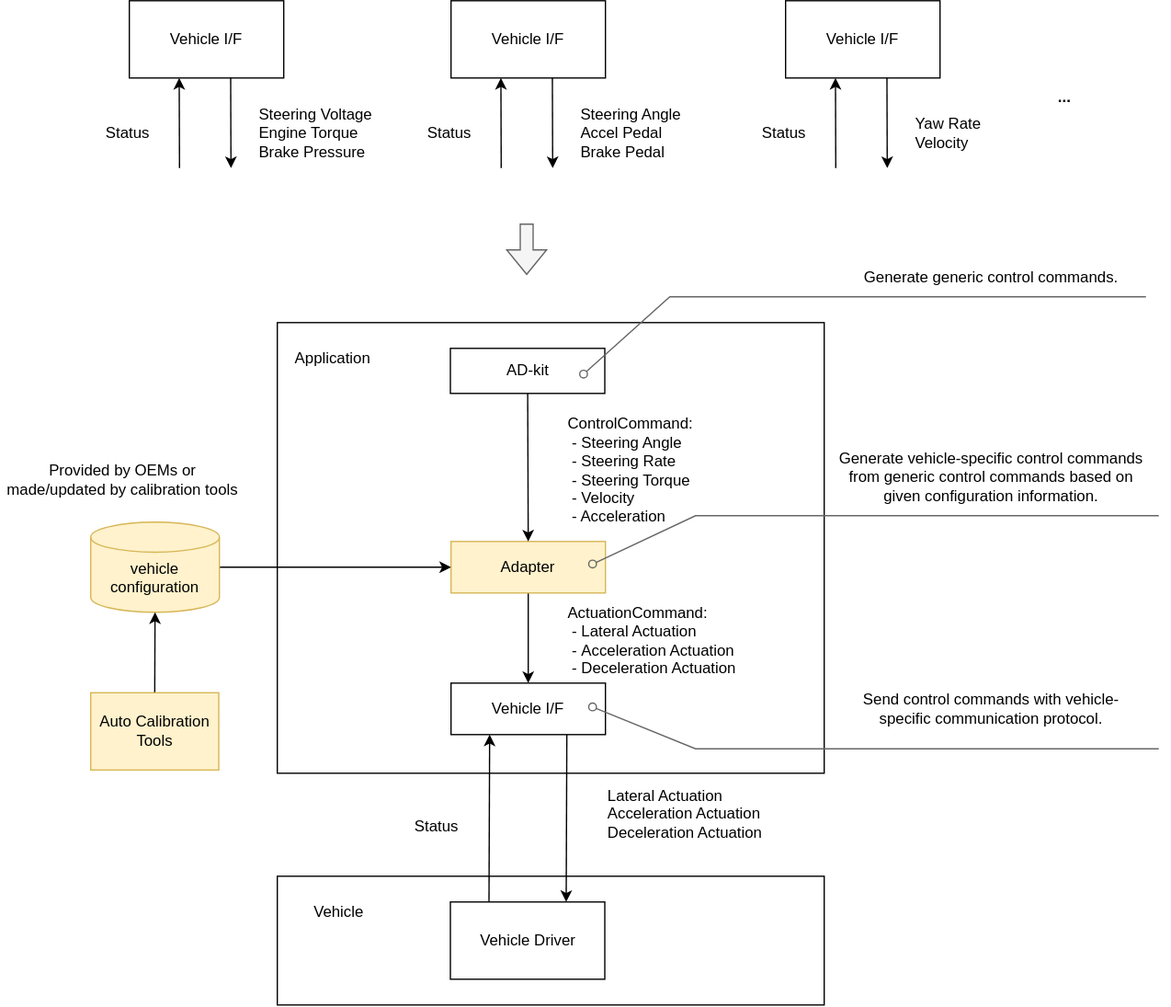
autowarefoundation/autoware-documentation keeps this draw.io diagram as docs/design/autoware-architecture/control/image/vehicle-interface-hw-abstraction.drawio.svg. Above is the earlier version. Source tidied: cells renumbered, new cells last; positions are measured from the earlier drawing's top-left corner, leaving out a move shared by most shapes. Source of this version:
```xml
<mxGraphModel>
  <root>
    <mxCell id="0" />
    <mxCell id="1" parent="0" />
    <mxCell id="2" value="&lt;br&gt;&lt;span style=&quot;white-space: pre;&quot;&gt;&#9;&lt;/span&gt;Vehicle" style="rounded=0;whiteSpace=wrap;html=1;align=left;verticalAlign=top;" parent="1" vertex="1">
      <mxGeometry x="215" y="680" width="425" height="100" as="geometry" />
    </mxCell>
    <mxCell id="3" value="&lt;br&gt;　Application" style="rounded=0;whiteSpace=wrap;html=1;align=left;verticalAlign=top;" parent="1" vertex="1">
      <mxGeometry x="215" y="250" width="425" height="350" as="geometry" />
    </mxCell>
    <mxCell id="4" style="endArrow=none;html=1;rounded=0;endFill=0;startArrow=classic;startFill=1;entryX=0.25;entryY=0;entryDx=0;entryDy=0;exitX=0.25;exitY=1;exitDx=0;exitDy=0;" parent="1" edge="1" source="25" target="27">
      <mxGeometry relative="1" as="geometry" />
    </mxCell>
    <mxCell id="5" value="Status" style="text;html=1;strokeColor=none;fillColor=none;align=left;verticalAlign=middle;whiteSpace=wrap;rounded=0;" parent="1" vertex="1">
      <mxGeometry x="320" y="610" width="50" height="65" as="geometry" />
    </mxCell>
    <mxCell id="6" value="Vehicle I/F" style="rounded=0;whiteSpace=wrap;html=1;" parent="1" vertex="1">
      <mxGeometry x="100" width="120" height="60" as="geometry" />
    </mxCell>
    <mxCell id="7" style="endArrow=classic;html=1;rounded=0;" parent="1" edge="1">
      <mxGeometry relative="1" as="geometry">
        <mxPoint x="178.8" y="60" as="sourcePoint" />
        <mxPoint x="179" y="130" as="targetPoint" />
      </mxGeometry>
    </mxCell>
    <mxCell id="8" value="Steering Voltage&lt;br&gt;Engine Torque&lt;br&gt;Brake Pressure" style="text;html=1;strokeColor=none;fillColor=none;align=left;verticalAlign=middle;whiteSpace=wrap;rounded=0;" parent="1" vertex="1">
      <mxGeometry x="199" y="70" width="101" height="65" as="geometry" />
    </mxCell>
    <mxCell id="9" style="endArrow=none;html=1;rounded=0;endFill=0;startArrow=classic;startFill=1;" parent="1" edge="1">
      <mxGeometry relative="1" as="geometry">
        <mxPoint x="138.8" y="60" as="sourcePoint" />
        <mxPoint x="139" y="130" as="targetPoint" />
      </mxGeometry>
    </mxCell>
    <mxCell id="10" value="Status" style="text;html=1;strokeColor=none;fillColor=none;align=left;verticalAlign=middle;whiteSpace=wrap;rounded=0;" parent="1" vertex="1">
      <mxGeometry x="80" y="70" width="50" height="65" as="geometry" />
    </mxCell>
    <mxCell id="11" value="Vehicle I/F" style="rounded=0;whiteSpace=wrap;html=1;" parent="1" vertex="1">
      <mxGeometry x="350" width="120" height="60" as="geometry" />
    </mxCell>
    <mxCell id="12" style="endArrow=classic;html=1;rounded=0;" parent="1" edge="1">
      <mxGeometry relative="1" as="geometry">
        <mxPoint x="428.8" y="60" as="sourcePoint" />
        <mxPoint x="429" y="130" as="targetPoint" />
      </mxGeometry>
    </mxCell>
    <mxCell id="13" value="Steering Angle&lt;br&gt;Accel Pedal&lt;br&gt;Brake Pedal" style="text;html=1;strokeColor=none;fillColor=none;align=left;verticalAlign=middle;whiteSpace=wrap;rounded=0;" parent="1" vertex="1">
      <mxGeometry x="449" y="70" width="101" height="65" as="geometry" />
    </mxCell>
    <mxCell id="14" style="endArrow=none;html=1;rounded=0;endFill=0;startArrow=classic;startFill=1;" parent="1" edge="1">
      <mxGeometry relative="1" as="geometry">
        <mxPoint x="388.8" y="60" as="sourcePoint" />
        <mxPoint x="389" y="130" as="targetPoint" />
      </mxGeometry>
    </mxCell>
    <mxCell id="15" value="Status" style="text;html=1;strokeColor=none;fillColor=none;align=left;verticalAlign=middle;whiteSpace=wrap;rounded=0;" parent="1" vertex="1">
      <mxGeometry x="330" y="70" width="50" height="65" as="geometry" />
    </mxCell>
    <mxCell id="16" value="Vehicle I/F" style="rounded=0;whiteSpace=wrap;html=1;" parent="1" vertex="1">
      <mxGeometry x="610" width="120" height="60" as="geometry" />
    </mxCell>
    <mxCell id="17" style="endArrow=classic;html=1;rounded=0;" parent="1" edge="1">
      <mxGeometry relative="1" as="geometry">
        <mxPoint x="688.8" y="60" as="sourcePoint" />
        <mxPoint x="689" y="130" as="targetPoint" />
      </mxGeometry>
    </mxCell>
    <mxCell id="18" value="Yaw Rate&lt;br&gt;Velocity" style="text;html=1;strokeColor=none;fillColor=none;align=left;verticalAlign=middle;whiteSpace=wrap;rounded=0;" parent="1" vertex="1">
      <mxGeometry x="709" y="70" width="101" height="65" as="geometry" />
    </mxCell>
    <mxCell id="19" style="endArrow=none;html=1;rounded=0;endFill=0;startArrow=classic;startFill=1;" parent="1" edge="1">
      <mxGeometry relative="1" as="geometry">
        <mxPoint x="648.8" y="60" as="sourcePoint" />
        <mxPoint x="649" y="130" as="targetPoint" />
      </mxGeometry>
    </mxCell>
    <mxCell id="20" value="Status" style="text;html=1;strokeColor=none;fillColor=none;align=left;verticalAlign=middle;whiteSpace=wrap;rounded=0;" parent="1" vertex="1">
      <mxGeometry x="590" y="70" width="50" height="65" as="geometry" />
    </mxCell>
    <mxCell id="21" style="shape=flexArrow;endArrow=classic;html=1;rounded=0;fillColor=#f5f5f5;strokeColor=#666666;" parent="1" edge="1">
      <mxGeometry relative="1" as="geometry">
        <mxPoint x="408.8" y="173" as="sourcePoint" />
        <mxPoint x="408.8" y="213" as="targetPoint" />
      </mxGeometry>
    </mxCell>
    <mxCell id="22" style="edgeStyle=none;html=1;entryX=0.5;entryY=0;entryDx=0;entryDy=0;exitX=0.5;exitY=1;exitDx=0;exitDy=0;" parent="1" edge="1" source="23" target="25">
      <mxGeometry relative="1" as="geometry" />
    </mxCell>
    <mxCell id="23" value="Adapter" style="rounded=0;whiteSpace=wrap;html=1;fillColor=#fff2cc;strokeColor=#d6b656;" parent="1" vertex="1">
      <mxGeometry x="350" y="420" width="120" height="40" as="geometry" />
    </mxCell>
    <mxCell id="24" style="edgeStyle=none;html=1;entryX=0.75;entryY=0;entryDx=0;entryDy=0;exitX=0.75;exitY=1;exitDx=0;exitDy=0;" parent="1" edge="1" source="25" target="27">
      <mxGeometry relative="1" as="geometry" />
    </mxCell>
    <mxCell id="25" value="Vehicle I/F" style="rounded=0;whiteSpace=wrap;html=1;" parent="1" vertex="1">
      <mxGeometry x="350" y="530" width="120" height="40" as="geometry" />
    </mxCell>
    <mxCell id="26" value="Lateral Actuation&lt;br&gt;Acceleration Actuation&lt;br&gt;Deceleration Actuation" style="text;html=1;strokeColor=none;fillColor=none;align=left;verticalAlign=middle;whiteSpace=wrap;rounded=0;" parent="1" vertex="1">
      <mxGeometry x="469.5" y="600" width="181" height="65" as="geometry" />
    </mxCell>
    <mxCell id="27" value="Vehicle Driver" style="rounded=0;whiteSpace=wrap;html=1;" parent="1" vertex="1">
      <mxGeometry x="349.5" y="700" width="120" height="60" as="geometry" />
    </mxCell>
    <mxCell id="28" style="edgeStyle=none;html=1;entryX=0;entryY=0.5;entryDx=0;entryDy=0;" parent="1" edge="1" source="29" target="23">
      <mxGeometry relative="1" as="geometry" />
    </mxCell>
    <mxCell id="29" value="vehicle&lt;br&gt;configuration" style="shape=cylinder3;whiteSpace=wrap;html=1;boundedLbl=1;backgroundOutline=1;size=11.666666666666629;fillColor=#fff2cc;verticalAlign=top;strokeColor=#d6b656;" parent="1" vertex="1">
      <mxGeometry x="70" y="405" width="100" height="70" as="geometry" />
    </mxCell>
    <mxCell id="30" style="edgeStyle=none;html=1;entryX=0.5;entryY=0;entryDx=0;entryDy=0;" parent="1" edge="1" source="31" target="23">
      <mxGeometry relative="1" as="geometry" />
    </mxCell>
    <mxCell id="31" value="AD-kit" style="rounded=0;whiteSpace=wrap;html=1;strokeWidth=1;" parent="1" vertex="1">
      <mxGeometry x="349.5" y="270" width="120" height="35" as="geometry" />
    </mxCell>
    <mxCell id="32" value="ControlCommand:&lt;br&gt;&amp;nbsp;- Steering Angle&lt;br&gt;&amp;nbsp;- Steering Rate&lt;br&gt;&amp;nbsp;- Steering Torque&lt;br&gt;&amp;nbsp;- Velocity&lt;br&gt;&amp;nbsp;- Acceleration" style="text;html=1;strokeColor=none;fillColor=none;align=left;verticalAlign=middle;whiteSpace=wrap;rounded=0;" parent="1" vertex="1">
      <mxGeometry x="439" y="332.5" width="111" height="65" as="geometry" />
    </mxCell>
    <mxCell id="33" value="ActuationCommand:&lt;br&gt;&amp;nbsp;- Lateral Actuation&lt;br&gt;&amp;nbsp;-&amp;nbsp;Acceleration Actuation&lt;br&gt;&amp;nbsp;-&amp;nbsp;Deceleration Actuation" style="text;html=1;strokeColor=none;fillColor=none;align=left;verticalAlign=middle;whiteSpace=wrap;rounded=0;" parent="1" vertex="1">
      <mxGeometry x="439" y="465" width="147" height="65" as="geometry" />
    </mxCell>
    <mxCell id="34" value="&lt;b&gt;...&lt;/b&gt;" style="text;html=1;strokeColor=none;fillColor=none;align=left;verticalAlign=middle;whiteSpace=wrap;rounded=0;" parent="1" vertex="1">
      <mxGeometry x="820" y="60" width="51" height="30" as="geometry" />
    </mxCell>
    <mxCell id="35" style="endArrow=classic;html=1;rounded=0;startArrow=none;entryX=0.5;entryY=1;entryDx=0;entryDy=0;entryPerimeter=0;exitX=0.5;exitY=0;exitDx=0;exitDy=0;" parent="1" edge="1" source="37" target="29">
      <mxGeometry relative="1" as="geometry" />
    </mxCell>
    <mxCell id="36" style="endArrow=none;html=1;rounded=0;" parent="1" edge="1" target="37">
      <mxGeometry relative="1" as="geometry">
        <mxPoint x="114.8" y="575" as="sourcePoint" />
      </mxGeometry>
    </mxCell>
    <mxCell id="37" value="Auto Calibration&lt;br&gt;Tools" style="rounded=0;whiteSpace=wrap;html=1;fillColor=#fff2cc;strokeColor=#d6b656;" parent="1" vertex="1">
      <mxGeometry x="70" y="537.5" width="99.5" height="60" as="geometry" />
    </mxCell>
    <mxCell id="38" value="Provided by OEMs or made/updated by calibration tools" style="text;html=1;strokeColor=none;fillColor=none;align=center;verticalAlign=middle;whiteSpace=wrap;rounded=0;" parent="1" vertex="1">
      <mxGeometry y="357.5" width="190" height="30" as="geometry" />
    </mxCell>
    <mxCell id="39" style="endArrow=none;html=1;rounded=0;startArrow=oval;startFill=0;fillColor=#f5f5f5;strokeColor=#666666;" parent="1" edge="1">
      <mxGeometry relative="1" as="geometry">
        <mxPoint x="453" y="290" as="sourcePoint" />
        <mxPoint x="890" y="230" as="targetPoint" />
        <Array as="points">
          <mxPoint x="520" y="230" />
        </Array>
      </mxGeometry>
    </mxCell>
    <mxCell id="40" style="endArrow=none;html=1;rounded=0;startArrow=oval;startFill=0;fillColor=#f5f5f5;strokeColor=#666666;" parent="1" edge="1">
      <mxGeometry relative="1" as="geometry">
        <mxPoint x="460" y="437.5" as="sourcePoint" />
        <mxPoint x="900" y="400" as="targetPoint" />
        <Array as="points">
          <mxPoint x="540" y="400" />
        </Array>
      </mxGeometry>
    </mxCell>
    <mxCell id="41" style="endArrow=none;html=1;rounded=0;startArrow=oval;startFill=0;fillColor=#f5f5f5;strokeColor=#666666;" parent="1" edge="1">
      <mxGeometry relative="1" as="geometry">
        <mxPoint x="460" y="548.5" as="sourcePoint" />
        <mxPoint x="900" y="581" as="targetPoint" />
        <Array as="points">
          <mxPoint x="540" y="581" />
        </Array>
      </mxGeometry>
    </mxCell>
    <mxCell id="42" value="Generate generic control commands." style="text;html=1;strokeColor=none;fillColor=none;align=center;verticalAlign=middle;whiteSpace=wrap;rounded=0;" parent="1" vertex="1">
      <mxGeometry x="660.5" y="200" width="220" height="30" as="geometry" />
    </mxCell>
    <mxCell id="43" value="Generate vehicle-specific control commands from generic control commands based on given configuration information." style="text;html=1;strokeColor=none;fillColor=none;align=center;verticalAlign=middle;whiteSpace=wrap;rounded=0;" parent="1" vertex="1">
      <mxGeometry x="650.5" y="355" width="240" height="30" as="geometry" />
    </mxCell>
    <mxCell id="44" value="Send control commands with vehicle-specific communication protocol." style="text;html=1;strokeColor=none;fillColor=none;align=center;verticalAlign=middle;whiteSpace=wrap;rounded=0;" parent="1" vertex="1">
      <mxGeometry x="650.5" y="535" width="240" height="30" as="geometry" />
    </mxCell>
  </root>
</mxGraphModel>
```
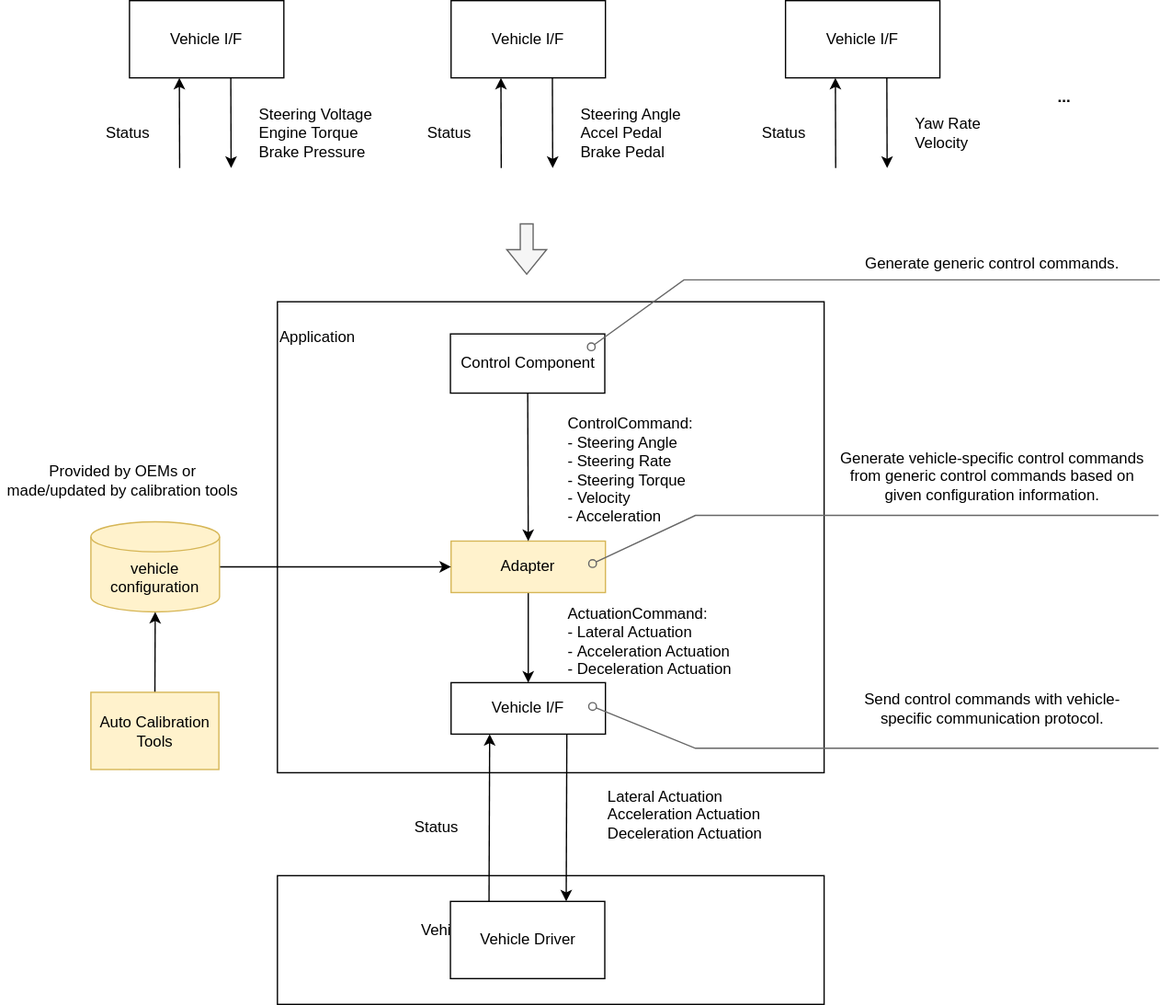
Later version of the same file.

The edit, as a diff of the source:
```diff
@@ -6,7 +6,7 @@
       <mxGeometry x="215" y="680" width="425" height="100" as="geometry" />
     </mxCell>
     <mxCell id="3" value="&lt;br&gt;　Application" style="rounded=0;whiteSpace=wrap;html=1;align=left;verticalAlign=top;" parent="1" vertex="1">
-      <mxGeometry x="215" y="250" width="425" height="350" as="geometry" />
+      <mxGeometry x="215" y="234" width="425" height="366" as="geometry" />
     </mxCell>
     <mxCell id="4" style="endArrow=none;html=1;rounded=0;endFill=0;startArrow=classic;startFill=1;entryX=0.25;entryY=0;entryDx=0;entryDy=0;exitX=0.25;exitY=1;exitDx=0;exitDy=0;" parent="1" edge="1" source="25" target="27">
       <mxGeometry relative="1" as="geometry" />
@@ -110,8 +110,8 @@
     <mxCell id="30" style="edgeStyle=none;html=1;entryX=0.5;entryY=0;entryDx=0;entryDy=0;" parent="1" edge="1" source="31" target="23">
       <mxGeometry relative="1" as="geometry" />
     </mxCell>
-    <mxCell id="31" value="AD-kit" style="rounded=0;whiteSpace=wrap;html=1;strokeWidth=1;" parent="1" vertex="1">
-      <mxGeometry x="349.5" y="270" width="120" height="35" as="geometry" />
+    <mxCell id="31" value="Control Component" style="rounded=0;whiteSpace=wrap;html=1;strokeWidth=1;" parent="1" vertex="1">
+      <mxGeometry x="349.5" y="259" width="120" height="46" as="geometry" />
     </mxCell>
     <mxCell id="32" value="ControlCommand:&lt;br&gt;&amp;nbsp;- Steering Angle&lt;br&gt;&amp;nbsp;- Steering Rate&lt;br&gt;&amp;nbsp;- Steering Torque&lt;br&gt;&amp;nbsp;- Velocity&lt;br&gt;&amp;nbsp;- Acceleration" style="text;html=1;strokeColor=none;fillColor=none;align=left;verticalAlign=middle;whiteSpace=wrap;rounded=0;" parent="1" vertex="1">
       <mxGeometry x="439" y="332.5" width="111" height="65" as="geometry" />
@@ -138,10 +138,10 @@
     </mxCell>
     <mxCell id="39" style="endArrow=none;html=1;rounded=0;startArrow=oval;startFill=0;fillColor=#f5f5f5;strokeColor=#666666;" parent="1" edge="1">
       <mxGeometry relative="1" as="geometry">
-        <mxPoint x="453" y="290" as="sourcePoint" />
-        <mxPoint x="890" y="230" as="targetPoint" />
+        <mxPoint x="459" y="269" as="sourcePoint" />
+        <mxPoint x="901" y="217" as="targetPoint" />
         <Array as="points">
-          <mxPoint x="520" y="230" />
+          <mxPoint x="531" y="217" />
         </Array>
       </mxGeometry>
     </mxCell>
@@ -164,7 +164,7 @@
       </mxGeometry>
     </mxCell>
     <mxCell id="42" value="Generate generic control commands." style="text;html=1;strokeColor=none;fillColor=none;align=center;verticalAlign=middle;whiteSpace=wrap;rounded=0;" parent="1" vertex="1">
-      <mxGeometry x="660.5" y="200" width="220" height="30" as="geometry" />
+      <mxGeometry x="660.5" y="190" width="220" height="30" as="geometry" />
     </mxCell>
     <mxCell id="43" value="Generate vehicle-specific control commands from generic control commands based on given configuration information." style="text;html=1;strokeColor=none;fillColor=none;align=center;verticalAlign=middle;whiteSpace=wrap;rounded=0;" parent="1" vertex="1">
       <mxGeometry x="650.5" y="355" width="240" height="30" as="geometry" />
```
